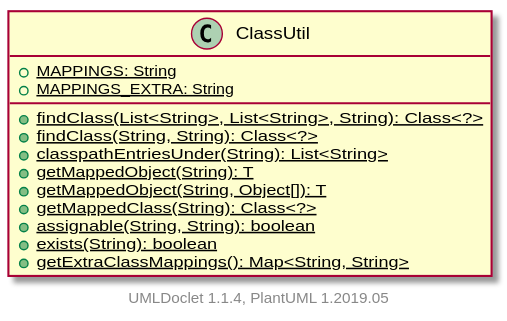
Earlier version of the PlantUML export apidocs/2.11.0.M8-SNAPSHOT/org/apache/wiki/util/ClassUtil.svg (apache/jspwiki-site). The source it was exported from:
```plantuml
@startuml

    class ClassUtil [[ClassUtil.html]] {
        {static} +MAPPINGS: String
        {static} +MAPPINGS_EXTRA: String
        {static} +findClass(List<String>, List<String>, String): Class<?>
        {static} +findClass(String, String): Class<?>
        {static} +classpathEntriesUnder(String): List<String>
        {static} +getMappedObject(String): T
        {static} +getMappedObject(String, Object[]): T
        {static} +getMappedClass(String): Class<?>
        {static} +assignable(String, String): boolean
        {static} +exists(String): boolean
        {static} +getExtraClassMappings(): Map<String, String>
    }


    center footer UMLDoclet 1.1.4, PlantUML 1.2019.05
@enduml
```
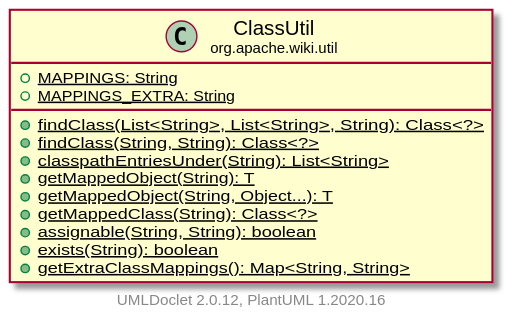
After the change.

The edit, as a diff of the source:
```diff
@@ -1,19 +1,21 @@
 @startuml
+    set namespaceSeparator none
+    hide empty fields
+    hide empty methods
 
-    class ClassUtil [[ClassUtil.html]] {
+    class "<size:14>ClassUtil\n<size:10>org.apache.wiki.util" as org.apache.wiki.util.ClassUtil [[ClassUtil.html]] {
         {static} +MAPPINGS: String
         {static} +MAPPINGS_EXTRA: String
         {static} +findClass(List<String>, List<String>, String): Class<?>
         {static} +findClass(String, String): Class<?>
         {static} +classpathEntriesUnder(String): List<String>
         {static} +getMappedObject(String): T
-        {static} +getMappedObject(String, Object[]): T
+        {static} +getMappedObject(String, Object...): T
         {static} +getMappedClass(String): Class<?>
         {static} +assignable(String, String): boolean
         {static} +exists(String): boolean
         {static} +getExtraClassMappings(): Map<String, String>
     }
 
-
-    center footer UMLDoclet 1.1.4, PlantUML 1.2019.05
+    center footer UMLDoclet 2.0.12, PlantUML 1.2020.16
 @enduml
```
